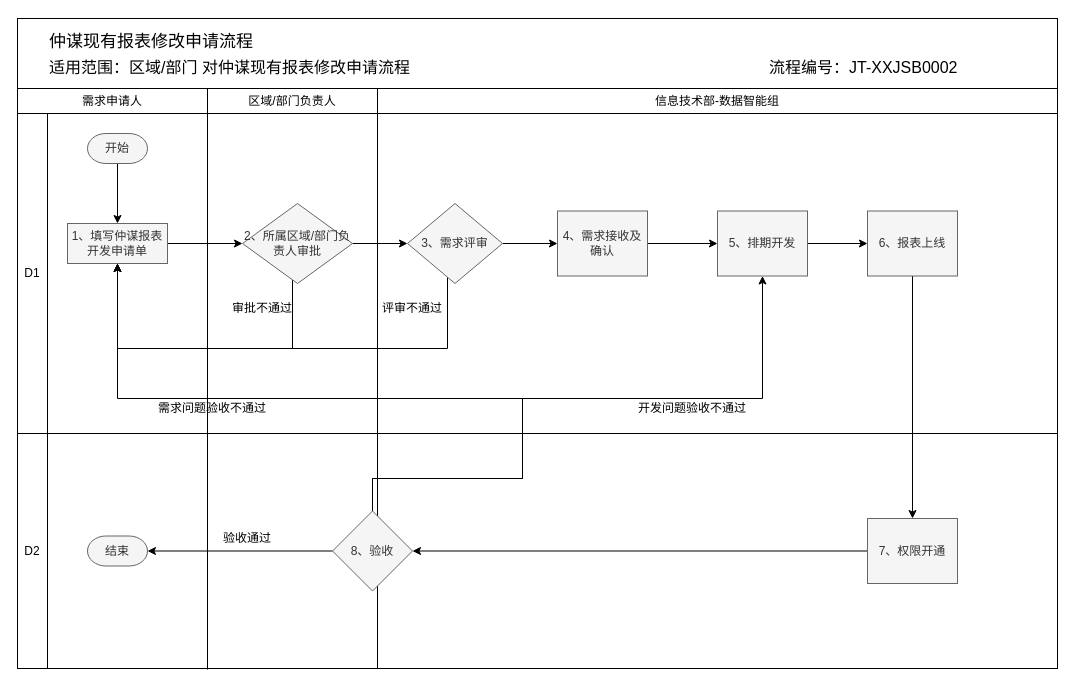
Before: page "现有报表修改申请流程" (2 of 3) of pet_data_warehouse/内控流程.drawio in fangzheng0518/draw, a draw.io diagram. Source tidied: cells renumbered, new cells numbered last; positions are measured from the earlier drawing's top-left corner, leaving out a move shared by most shapes. Both pictures are drawn from the tidied source at 100%, with x=0, y=0 at pixel (17, 18).
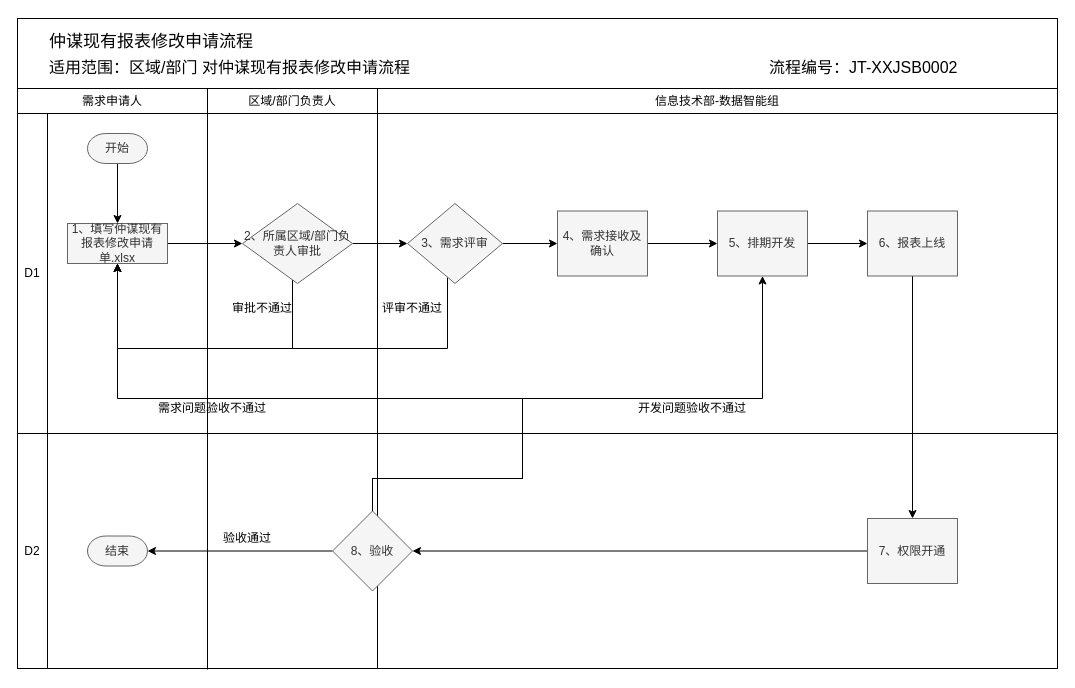
Above is the later version.

Commit message:
更新内控流程.drawio

Change to the diagram source:
```diff
@@
-    <mxCell id="12" value="1、填写仲谋报表开发申请单" style="rounded=0;whiteSpace=wrap;html=1;strokeColor=#666666;strokeWidth=1;fillColor=#f5f5f5;fontColor=#333333;" parent="1" vertex="1">
+    <mxCell id="12" value="1、填写仲谋现有报表修改申请单.xlsx" style="rounded=0;whiteSpace=wrap;html=1;strokeColor=#666666;strokeWidth=1;fillColor=#f5f5f5;fontColor=#333333;" parent="1" vertex="1">
       <mxGeometry x="50" y="205" width="100" height="40" as="geometry" />
     </mxCell>
```
